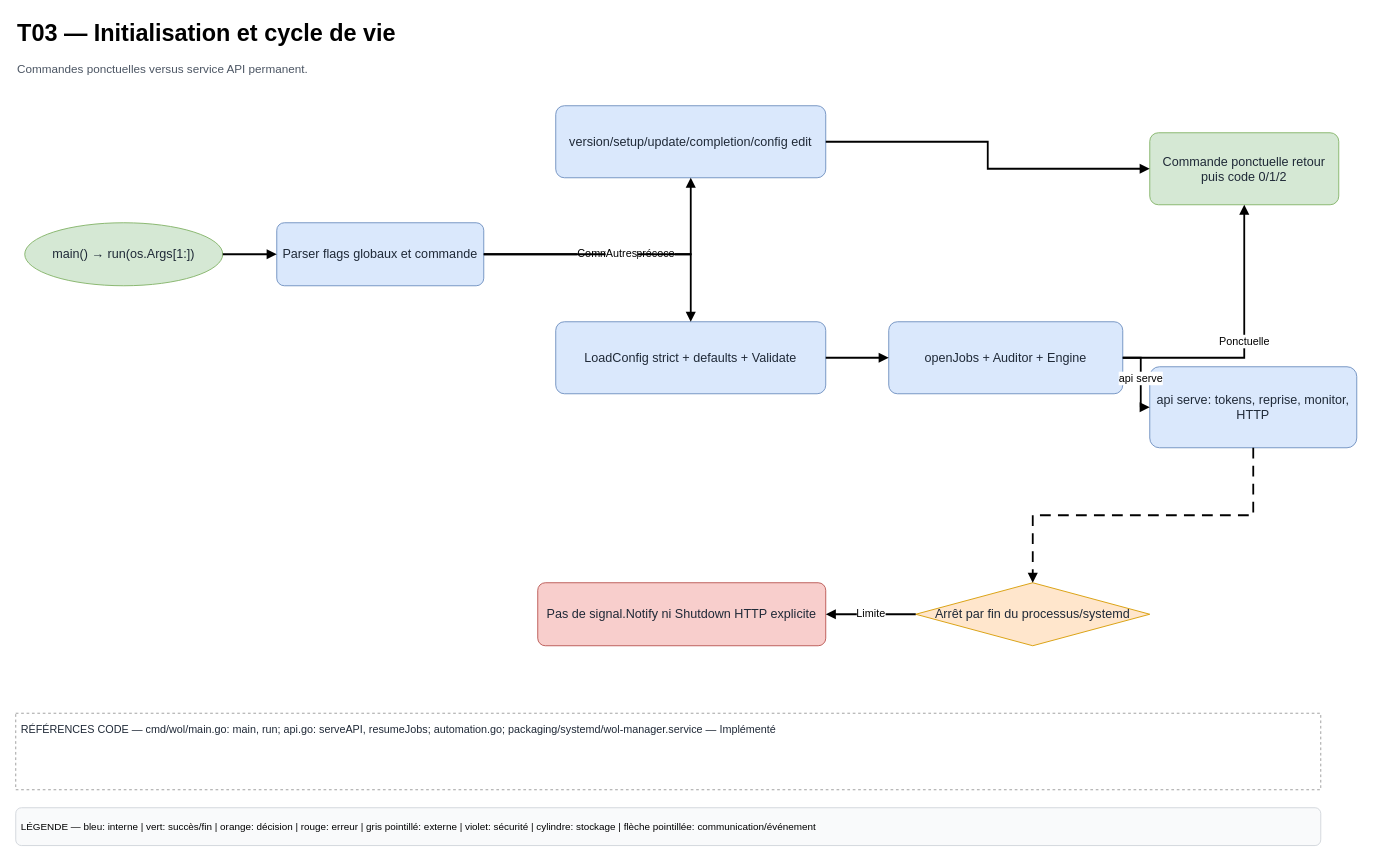
Before: page "T03 — Initialisation et cycle de vie" (3 of 18) of docs/diagrams/WoL-Manager-Technique.drawio in HaasGa-Factory/WOL-Manager, a draw.io diagram. Source tidied: cells renumbered, new cells numbered last; positions are measured from the earlier drawing's top-left corner, leaving out a move shared by most shapes. Both pictures are drawn from the tidied source at 90%, with x=0, y=0 at pixel (15, 15).
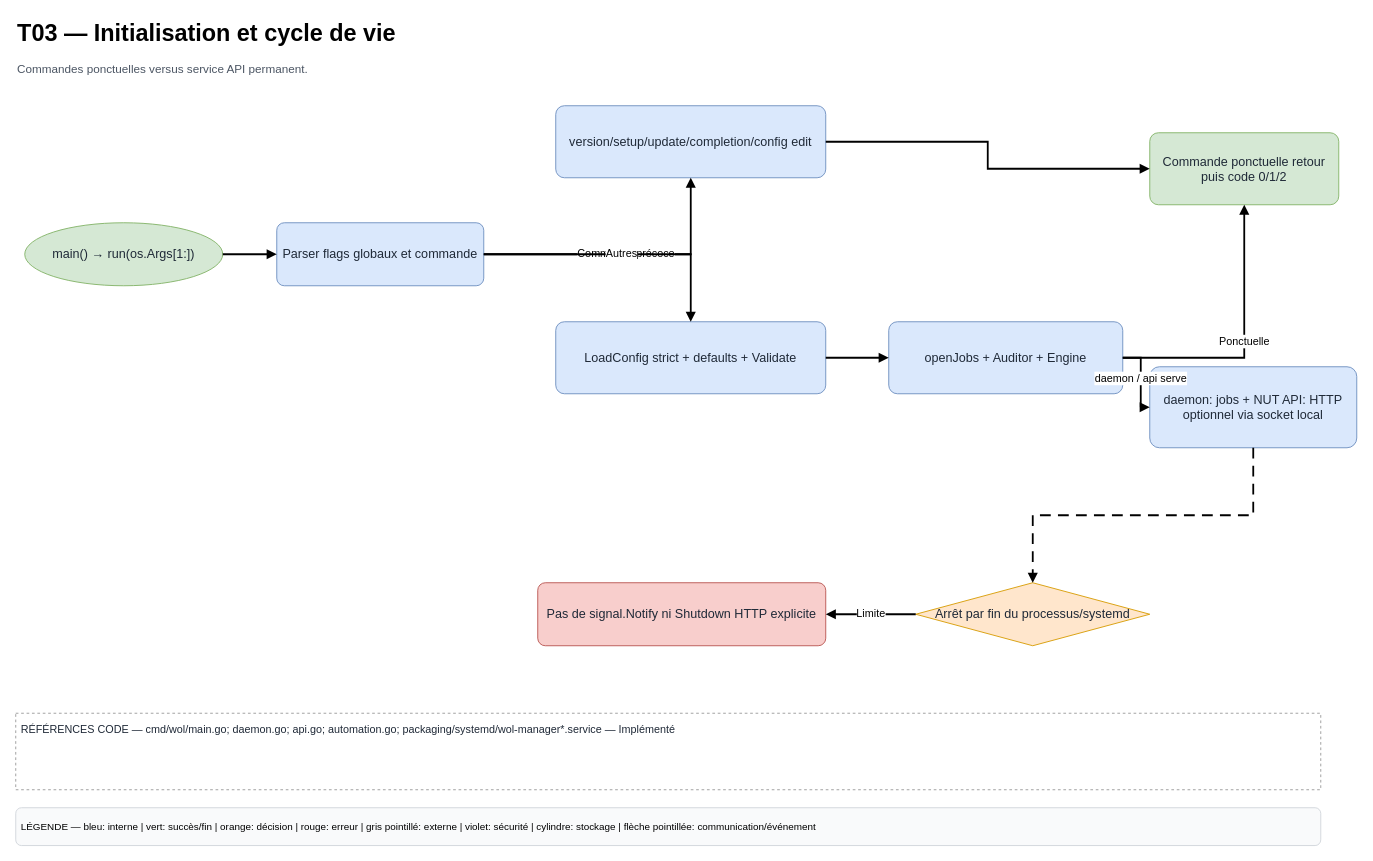
The same page after the edit.

Unchanged cells that the change refers to:
```xml
<mxCell id="10" value="openJobs + Auditor + Engine" style="whiteSpace=wrap;html=1;fillColor=#dae8fc;strokeColor=#6c8ebf;fontSize=14;fontColor=#1f2937;align=center;verticalAlign=middle;spacing=6;shadow=0;rounded=1;arcSize=12;" parent="1" vertex="1">
  <mxGeometry x="970" y="340" width="260" height="80" as="geometry" />
</mxCell>
```

What changed in the source:
```diff
@@
-    <mxCell id="5" value="RÉFÉRENCES CODE — cmd/wol/main.go: main, run; api.go: serveAPI, resumeJobs; automation.go; packaging/systemd/wol-manager.service — Implémenté" style="whiteSpace=wrap;html=1;fillColor=#ffffff;strokeColor=#999999;fontSize=14;fontColor=#1f2937;align=center;verticalAlign=middle;spacing=6;shadow=0;rounded=0;dashed=1;align=left;verticalAlign=top;fontSize=12;" parent="1" vertex="1">
+    <mxCell id="5" value="RÉFÉRENCES CODE — cmd/wol/main.go; daemon.go; api.go; automation.go; packaging/systemd/wol-manager*.service — Implémenté" style="whiteSpace=wrap;html=1;fillColor=#ffffff;strokeColor=#999999;fontSize=14;fontColor=#1f2937;align=center;verticalAlign=middle;spacing=6;shadow=0;rounded=0;dashed=1;align=left;verticalAlign=top;fontSize=12;" parent="1" vertex="1">
       <mxGeometry y="775" width="1450" height="85" as="geometry" />
     </mxCell>
@@
-    <mxCell id="12" value="api serve: tokens, reprise, monitor, HTTP" style="whiteSpace=wrap;html=1;fillColor=#dae8fc;strokeColor=#6c8ebf;fontSize=14;fontColor=#1f2937;align=center;verticalAlign=middle;spacing=6;shadow=0;rounded=1;arcSize=12;" parent="1" vertex="1">
+    <mxCell id="12" value="daemon: jobs + NUT&amp;#xa;API: HTTP optionnel via socket local" style="whiteSpace=wrap;html=1;fillColor=#dae8fc;strokeColor=#6c8ebf;fontSize=14;fontColor=#1f2937;align=center;verticalAlign=middle;spacing=6;shadow=0;rounded=1;arcSize=12;" parent="1" vertex="1">
       <mxGeometry x="1260" y="390" width="230" height="90" as="geometry" />
     </mxCell>
@@
-    <mxCell id="21" value="api serve" style="edgeStyle=orthogonalEdgeStyle;rounded=0;jettySize=auto;html=1;endArrow=block;endFill=1;strokeWidth=2;fontSize=12;labelBackgroundColor=#ffffff;" parent="1" edge="1" source="10" target="12">
+    <mxCell id="21" value="daemon / api serve" style="edgeStyle=orthogonalEdgeStyle;rounded=0;jettySize=auto;html=1;endArrow=block;endFill=1;strokeWidth=2;fontSize=12;labelBackgroundColor=#ffffff;" parent="1" edge="1" source="10" target="12">
       <mxGeometry relative="1" as="geometry" />
     </mxCell>
```
